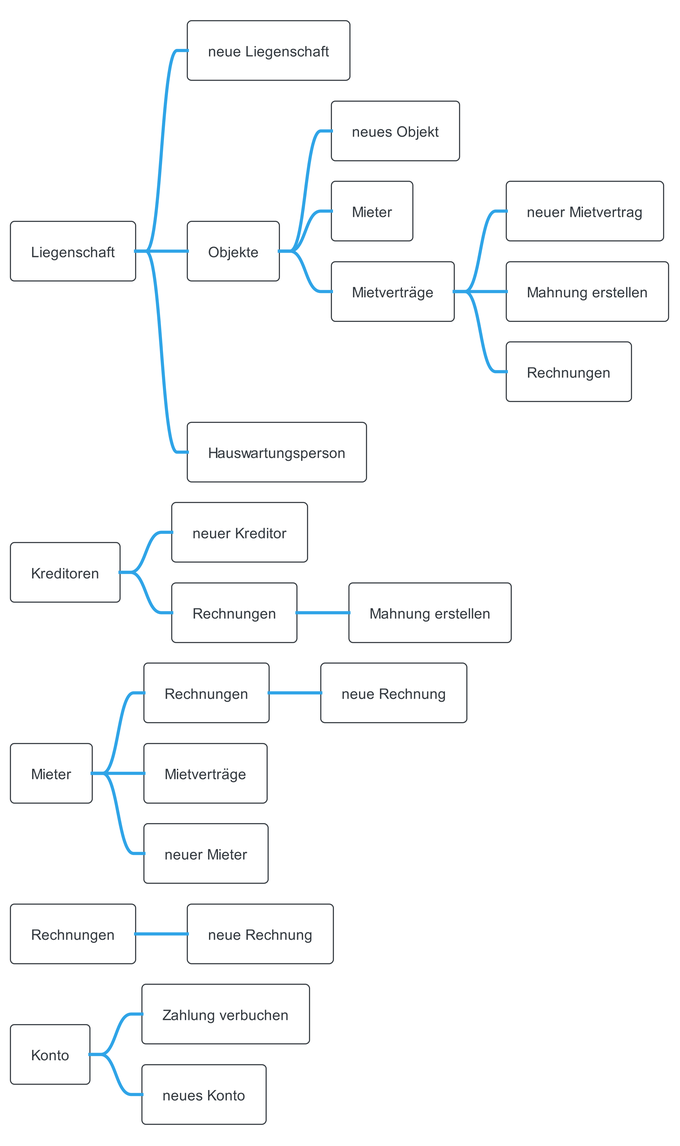
The PlantUML diagram docs/content/diagrams/out/guiMap/GuiMindMAp.png in sirtheta/ImmoGlobal_Semesterarbeit, before a commit.
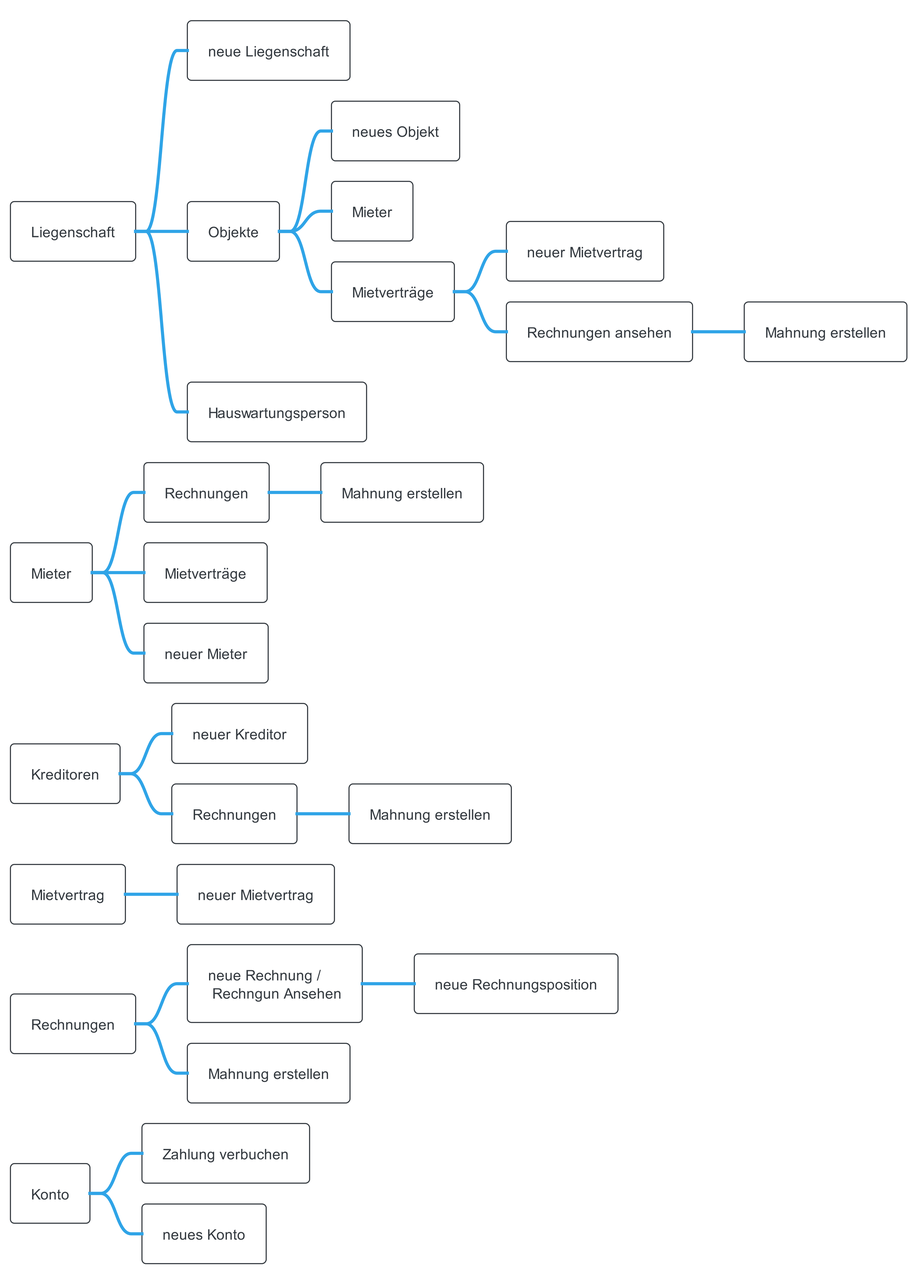
The same file after the commit.

Change to the diagram source:
```diff
@@ -8,23 +8,29 @@
 *** Mieter
 *** Mietverträge
 **** neuer Mietvertrag
-**** Mahnung erstellen
-**** Rechnungen
+**** Rechnungen ansehen
+***** Mahnung erstellen
 ** Hauswartungsperson
+
+* Mieter
+** Rechnungen
+*** Mahnung erstellen
+** Mietverträge
+** neuer Mieter
 
 * Kreditoren
 ** neuer Kreditor
 ** Rechnungen
 *** Mahnung erstellen
 
-* Mieter
-** Rechnungen
-*** neue Rechnung
-** Mietverträge
-** neuer Mieter
+* Mietvertrag
+** neuer Mietvertrag
 
 * Rechnungen
-** neue Rechnung
+** neue Rechnung / \n Rechngun Ansehen
+*** neue Rechnungsposition
+** Mahnung erstellen
+
 * Konto
 ** Zahlung verbuchen
 ** neues Konto
```
